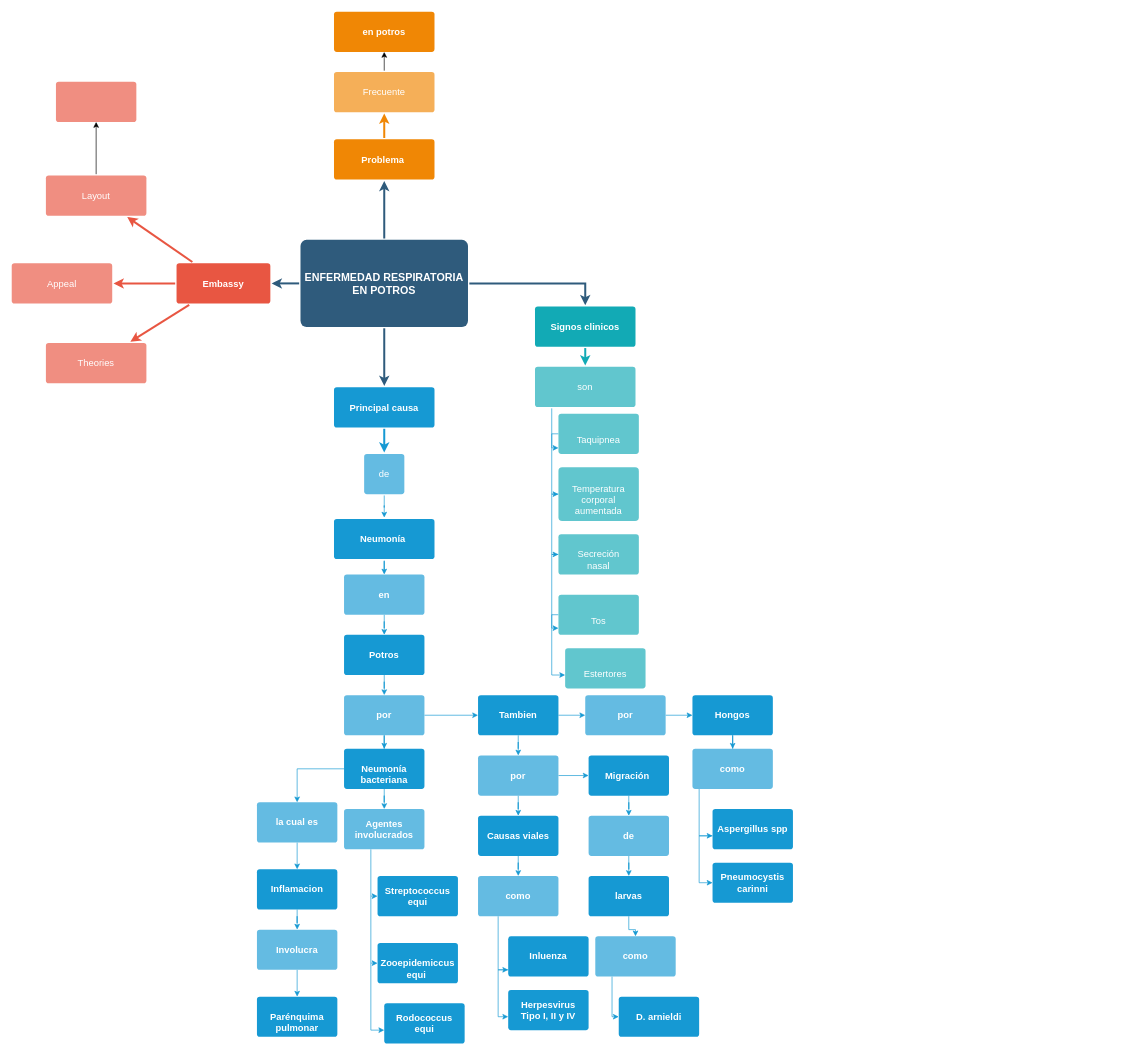
Before: Diagrama sin título.drawio in luisvelez96/luis, a draw.io diagram. Source tidied: cells renumbered, new cells numbered last; positions are measured from the earlier drawing's top-left corner, leaving out a move shared by most shapes. Both pictures are drawn from the tidied source at 67%, with x=0, y=0 at pixel (11, 11).
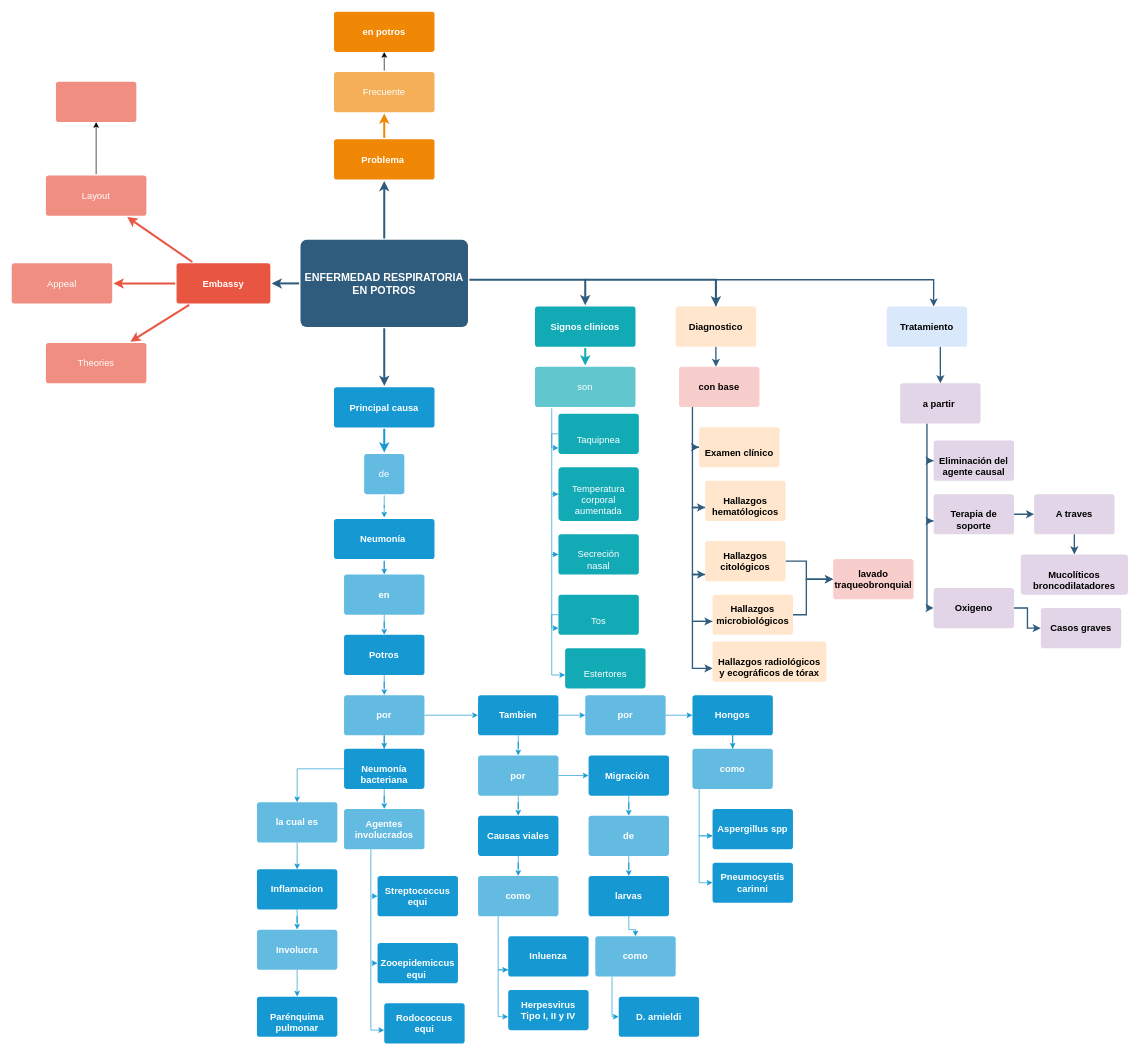
The same page after the edit.

Commit message:
Enfermedad respiratoria del potro

Unchanged cells that the change refers to:
```xml
<mxCell id="6" value="ENFERMEDAD RESPIRATORIA EN POTROS" style="rounded=1;whiteSpace=wrap;html=1;shadow=0;labelBackgroundColor=none;strokeColor=none;strokeWidth=3;fillColor=#2F5B7C;fontFamily=Helvetica;fontSize=16;fontColor=#FFFFFF;align=center;fontStyle=1;spacing=5;arcSize=7;perimeterSpacing=2;" parent="1" vertex="1">
  <mxGeometry x="431" y="340.5" width="250" height="130" as="geometry" />
</mxCell>
<mxCell id="23" value="Signos clinicos" style="rounded=1;whiteSpace=wrap;html=1;shadow=0;labelBackgroundColor=none;strokeColor=none;strokeWidth=3;fillColor=#12aab5;fontFamily=Helvetica;fontSize=14;fontColor=#FFFFFF;align=center;spacing=5;fontStyle=1;arcSize=7;perimeterSpacing=2;" parent="1" vertex="1">
  <mxGeometry x="781" y="440" width="150" height="60" as="geometry" />
</mxCell>
```

The edit, as a diff of the source:
```diff
@@
     <mxCell id="3" style="edgeStyle=orthogonalEdgeStyle;rounded=0;jumpStyle=none;html=1;shadow=0;labelBackgroundColor=none;startArrow=none;startFill=0;endArrow=classic;endFill=1;jettySize=auto;strokeColor=#2F5B7C;strokeWidth=3;fontFamily=Helvetica;fontSize=16;fontColor=#23445D;spacing=5;" parent="1" edge="1" source="6" target="23">
       <mxGeometry relative="1" as="geometry">
         <Array as="points">
-          <mxPoint x="856" y="405" />
+          <mxPoint x="856" y="400" />
         </Array>
       </mxGeometry>
     </mxCell>
@@
+    <mxCell id="95" style="edgeStyle=orthogonalEdgeStyle;rounded=0;jettySize=auto;html=1;strokeColor=#2F5B7C;strokeWidth=3;" parent="1" edge="1" target="98">
+      <mxGeometry relative="1" as="geometry">
+        <mxPoint x="856" y="400" as="sourcePoint" />
+        <Array as="points">
+          <mxPoint x="1051" y="400" />
+        </Array>
+      </mxGeometry>
+    </mxCell>
@@
-    <mxCell id="87" value="&lt;br&gt;Taquipnea" style="whiteSpace=wrap;html=1;rounded=1;shadow=0;fontSize=14;fontColor=#FFFFFF;fontStyle=0;strokeColor=none;strokeWidth=3;fillColor=#61c6ce;spacing=5;arcSize=7;" parent="1" vertex="1">
+    <mxCell id="87" value="&lt;br&gt;Taquipnea" style="whiteSpace=wrap;html=1;rounded=1;shadow=0;fontSize=14;fontColor=#FFFFFF;fontStyle=0;strokeColor=none;strokeWidth=3;spacing=5;arcSize=7;fillColor=#12AAB5;" parent="1" vertex="1">
       <mxGeometry x="816" y="600" width="120" height="60" as="geometry" />
     </mxCell>
@@
-    <mxCell id="89" value="&lt;br&gt;Temperatura corporal aumentada" style="whiteSpace=wrap;html=1;rounded=1;shadow=0;fontSize=14;fontColor=#FFFFFF;fontStyle=0;strokeColor=none;strokeWidth=3;fillColor=#61c6ce;spacing=5;arcSize=7;" parent="1" vertex="1">
+    <mxCell id="89" value="&lt;br&gt;Temperatura corporal aumentada" style="whiteSpace=wrap;html=1;rounded=1;shadow=0;fontSize=14;fontColor=#FFFFFF;fontStyle=0;strokeColor=none;strokeWidth=3;spacing=5;arcSize=7;fillColor=#12AAB5;" parent="1" vertex="1">
       <mxGeometry x="816" y="680" width="120" height="80" as="geometry" />
     </mxCell>
@@
-    <mxCell id="91" value="&lt;br&gt;Secreción&lt;br&gt;nasal" style="whiteSpace=wrap;html=1;rounded=1;shadow=0;fontSize=14;fontColor=#FFFFFF;fontStyle=0;strokeColor=none;strokeWidth=3;fillColor=#61c6ce;spacing=5;arcSize=7;" parent="1" vertex="1">
+    <mxCell id="91" value="&lt;br&gt;Secreción&lt;br&gt;nasal" style="whiteSpace=wrap;html=1;rounded=1;shadow=0;fontSize=14;fontColor=#FFFFFF;fontStyle=0;strokeColor=none;strokeWidth=3;spacing=5;arcSize=7;fillColor=#12AAB5;" parent="1" vertex="1">
       <mxGeometry x="816" y="780" width="120" height="60" as="geometry" />
     </mxCell>
@@
-    <mxCell id="93" value="&lt;br&gt;Tos" style="whiteSpace=wrap;html=1;rounded=1;shadow=0;fontSize=14;fontColor=#FFFFFF;fontStyle=0;strokeColor=none;strokeWidth=3;fillColor=#61c6ce;spacing=5;arcSize=7;" parent="1" vertex="1">
+    <mxCell id="93" value="&lt;br&gt;Tos" style="whiteSpace=wrap;html=1;rounded=1;shadow=0;fontSize=14;fontColor=#FFFFFF;fontStyle=0;strokeColor=none;strokeWidth=3;spacing=5;arcSize=7;fillColor=#12AAB5;" parent="1" vertex="1">
       <mxGeometry x="816" y="870" width="120" height="60" as="geometry" />
     </mxCell>
-    <mxCell id="94" value="&lt;br&gt;Estertores&lt;br&gt;" style="whiteSpace=wrap;html=1;rounded=1;shadow=0;fontSize=14;fontColor=#FFFFFF;fontStyle=0;strokeColor=none;strokeWidth=3;fillColor=#61c6ce;spacing=5;arcSize=7;" parent="1" vertex="1">
+    <mxCell id="94" value="&lt;br&gt;Estertores&lt;br&gt;" style="whiteSpace=wrap;html=1;rounded=1;shadow=0;fontSize=14;fontColor=#FFFFFF;fontStyle=0;strokeColor=none;strokeWidth=3;spacing=5;arcSize=7;fillColor=#12AAB5;" parent="1" vertex="1">
       <mxGeometry x="826" y="950" width="120" height="60" as="geometry" />
     </mxCell>
+    <mxCell id="96" style="edgeStyle=orthogonalEdgeStyle;rounded=0;jettySize=auto;html=1;strokeColor=#2F5B7C;strokeWidth=2;" parent="1" edge="1" source="98" target="100">
+      <mxGeometry relative="1" as="geometry">
+        <Array as="points">
+          <mxPoint x="1016" y="580" />
+        </Array>
+      </mxGeometry>
+    </mxCell>
+    <mxCell id="97" style="edgeStyle=orthogonalEdgeStyle;rounded=0;jettySize=auto;html=1;strokeColor=#2F5B7C;strokeWidth=2;" parent="1" edge="1" source="98" target="114">
+      <mxGeometry relative="1" as="geometry">
+        <Array as="points">
+          <mxPoint x="1051" y="400" />
+          <mxPoint x="1376" y="400" />
+        </Array>
+      </mxGeometry>
+    </mxCell>
+    <mxCell id="98" value="Diagnostico" style="whiteSpace=wrap;html=1;rounded=1;shadow=0;fontSize=14;fontStyle=1;strokeWidth=3;fillColor=#ffe6cc;spacing=5;arcSize=7;strokeColor=#00000;" parent="1" vertex="1">
+      <mxGeometry x="991" y="440" width="120" height="60" as="geometry" />
+    </mxCell>
+    <mxCell id="99" style="edgeStyle=orthogonalEdgeStyle;rounded=0;jettySize=auto;html=1;strokeColor=#2F5B7C;strokeWidth=2;" parent="1" edge="1" source="100" target="102">
+      <mxGeometry relative="1" as="geometry">
+        <Array as="points">
+          <mxPoint x="1016" y="650" />
+        </Array>
+      </mxGeometry>
+    </mxCell>
+    <mxCell id="100" value="con base" style="whiteSpace=wrap;html=1;rounded=1;shadow=0;fontSize=14;fontStyle=1;strokeWidth=3;fillColor=#f8cecc;spacing=5;arcSize=7;strokeColor=#00000;" parent="1" vertex="1">
+      <mxGeometry x="996" y="530" width="120" height="60" as="geometry" />
+    </mxCell>
+    <mxCell id="101" style="edgeStyle=orthogonalEdgeStyle;rounded=0;jettySize=auto;html=1;strokeColor=#2F5B7C;strokeWidth=2;" parent="1" edge="1" source="102" target="104">
+      <mxGeometry relative="1" as="geometry">
+        <Array as="points">
+          <mxPoint x="1016" y="650" />
+          <mxPoint x="1016" y="740" />
+        </Array>
+      </mxGeometry>
+    </mxCell>
+    <mxCell id="102" value="&lt;br&gt;Examen clínico&lt;br&gt;" style="whiteSpace=wrap;html=1;rounded=1;shadow=0;fontSize=14;fontStyle=1;strokeColor=#00000;strokeWidth=3;spacing=5;arcSize=7;fillColor=#FFE6CC;" parent="1" vertex="1">
+      <mxGeometry x="1026" y="620" width="120" height="60" as="geometry" />
+    </mxCell>
+    <mxCell id="103" style="edgeStyle=orthogonalEdgeStyle;rounded=0;jettySize=auto;html=1;strokeColor=#2F5B7C;strokeWidth=2;" parent="1" edge="1" source="104" target="107">
+      <mxGeometry relative="1" as="geometry">
+        <Array as="points">
+          <mxPoint x="1016" y="740" />
+          <mxPoint x="1016" y="840" />
+        </Array>
+      </mxGeometry>
+    </mxCell>
+    <mxCell id="104" value="&lt;br&gt;Hallazgos hematólogicos&lt;br&gt;" style="whiteSpace=wrap;html=1;rounded=1;shadow=0;fontSize=14;fontStyle=1;strokeColor=#00000;strokeWidth=3;spacing=5;arcSize=7;fillColor=#FFE6CC;" parent="1" vertex="1">
+      <mxGeometry x="1035" y="700" width="120" height="60" as="geometry" />
+    </mxCell>
+    <mxCell id="105" style="edgeStyle=orthogonalEdgeStyle;rounded=0;jettySize=auto;html=1;strokeColor=#2F5B7C;strokeWidth=2;" parent="1" edge="1" source="107" target="110">
+      <mxGeometry relative="1" as="geometry">
+        <Array as="points">
+          <mxPoint x="1016" y="840" />
+          <mxPoint x="1016" y="910" />
+        </Array>
+      </mxGeometry>
+    </mxCell>
+    <mxCell id="106" style="edgeStyle=orthogonalEdgeStyle;rounded=0;jettySize=auto;html=1;strokeColor=#2F5B7C;strokeWidth=2;" parent="1" edge="1" source="107" target="111">
+      <mxGeometry relative="1" as="geometry">
+        <Array as="points">
+          <mxPoint x="1186" y="820" />
+          <mxPoint x="1186" y="847" />
+        </Array>
+      </mxGeometry>
+    </mxCell>
+    <mxCell id="107" value="Hallazgos citológicos" style="whiteSpace=wrap;html=1;rounded=1;shadow=0;fontSize=14;fontStyle=1;strokeColor=#00000;strokeWidth=3;spacing=5;arcSize=7;fillColor=#FFE6CC;" parent="1" vertex="1">
+      <mxGeometry x="1035" y="790" width="120" height="60" as="geometry" />
+    </mxCell>
+    <mxCell id="108" style="edgeStyle=orthogonalEdgeStyle;rounded=0;jettySize=auto;html=1;strokeColor=#2F5B7C;strokeWidth=2;entryX=0;entryY=0.5;entryDx=0;entryDy=0;" parent="1" edge="1" source="110" target="111">
+      <mxGeometry relative="1" as="geometry">
+        <Array as="points">
+          <mxPoint x="1186" y="900" />
+          <mxPoint x="1186" y="847" />
+        </Array>
+      </mxGeometry>
+    </mxCell>
+    <mxCell id="109" style="edgeStyle=orthogonalEdgeStyle;rounded=0;jettySize=auto;html=1;strokeColor=#2F5B7C;strokeWidth=2;" parent="1" edge="1" source="110" target="112">
+      <mxGeometry relative="1" as="geometry">
+        <Array as="points">
+          <mxPoint x="1016" y="910" />
+          <mxPoint x="1016" y="980" />
+        </Array>
+      </mxGeometry>
+    </mxCell>
+    <mxCell id="110" value="Hallazgos microbiológicos" style="whiteSpace=wrap;html=1;rounded=1;shadow=0;fontSize=14;fontStyle=1;strokeColor=#00000;strokeWidth=3;spacing=5;arcSize=7;fillColor=#FFE6CC;" parent="1" vertex="1">
+      <mxGeometry x="1046" y="870" width="120" height="60" as="geometry" />
+    </mxCell>
+    <mxCell id="111" value="&#10;&#10;lavado traqueobronquial&#10;&#10;" style="whiteSpace=wrap;html=1;rounded=1;shadow=0;fontSize=14;fontStyle=1;strokeColor=#00000;strokeWidth=3;fillColor=#f8cecc;spacing=5;arcSize=7;" parent="1" vertex="1">
+      <mxGeometry x="1226" y="817" width="120" height="60" as="geometry" />
+    </mxCell>
+    <mxCell id="112" value="&lt;br&gt;Hallazgos radiológicos y ecográficos de tórax" style="whiteSpace=wrap;html=1;rounded=1;shadow=0;fontSize=14;fontStyle=1;strokeColor=#00000;strokeWidth=3;spacing=5;arcSize=7;fillColor=#FFE6CC;" parent="1" vertex="1">
+      <mxGeometry x="1046" y="940" width="170" height="60" as="geometry" />
+    </mxCell>
+    <mxCell id="113" style="edgeStyle=orthogonalEdgeStyle;rounded=0;jettySize=auto;html=1;strokeColor=#2F5B7C;strokeWidth=2;" parent="1" edge="1" source="114" target="116">
+      <mxGeometry relative="1" as="geometry">
+        <Array as="points">
+          <mxPoint x="1386" y="540" />
+          <mxPoint x="1386" y="540" />
+        </Array>
+      </mxGeometry>
+    </mxCell>
+    <mxCell id="114" value="Tratamiento" style="whiteSpace=wrap;html=1;rounded=1;shadow=0;fontSize=14;fontStyle=1;strokeWidth=3;fillColor=#dae8fc;spacing=5;arcSize=7;strokeColor=#00000;" parent="1" vertex="1">
+      <mxGeometry x="1306" y="440" width="120" height="60" as="geometry" />
+    </mxCell>
+    <mxCell id="115" style="edgeStyle=orthogonalEdgeStyle;rounded=0;jettySize=auto;html=1;strokeColor=#2F5B7C;strokeWidth=2;" parent="1" edge="1" source="116" target="118">
+      <mxGeometry relative="1" as="geometry">
+        <Array as="points">
+          <mxPoint x="1366" y="670" />
+        </Array>
+      </mxGeometry>
+    </mxCell>
+    <mxCell id="116" value="a partir&amp;nbsp;" style="whiteSpace=wrap;html=1;rounded=1;shadow=0;fontSize=14;fontStyle=1;strokeWidth=3;fillColor=#e1d5e7;spacing=5;arcSize=7;strokeColor=#00000;" parent="1" vertex="1">
+      <mxGeometry x="1326" y="554.5" width="120" height="60" as="geometry" />
+    </mxCell>
+    <mxCell id="117" style="edgeStyle=orthogonalEdgeStyle;rounded=0;jettySize=auto;html=1;strokeColor=#2F5B7C;strokeWidth=2;" parent="1" edge="1" source="118" target="121">
+      <mxGeometry relative="1" as="geometry">
+        <Array as="points">
+          <mxPoint x="1366" y="670" />
+          <mxPoint x="1366" y="760" />
+        </Array>
+      </mxGeometry>
+    </mxCell>
+    <mxCell id="118" value="&lt;br&gt;Eliminación del agente causal" style="whiteSpace=wrap;html=1;rounded=1;shadow=0;fontSize=14;fontStyle=1;strokeColor=#00000;strokeWidth=3;fillColor=#e1d5e7;spacing=5;arcSize=7;" parent="1" vertex="1">
+      <mxGeometry x="1376" y="640" width="120" height="60" as="geometry" />
+    </mxCell>
+    <mxCell id="119" style="edgeStyle=orthogonalEdgeStyle;rounded=0;jettySize=auto;html=1;strokeColor=#2F5B7C;strokeWidth=2;" parent="1" edge="1" source="121" target="123">
+      <mxGeometry relative="1" as="geometry" />
+    </mxCell>
+    <mxCell id="120" style="edgeStyle=orthogonalEdgeStyle;rounded=0;jettySize=auto;html=1;strokeColor=#2F5B7C;strokeWidth=2;" parent="1" edge="1" source="121" target="126">
+      <mxGeometry relative="1" as="geometry">
+        <Array as="points">
+          <mxPoint x="1366" y="760" />
+          <mxPoint x="1366" y="890" />
+        </Array>
+      </mxGeometry>
+    </mxCell>
+    <mxCell id="121" value="&lt;br&gt;Terapia de&lt;br&gt;soporte &lt;br&gt;" style="whiteSpace=wrap;html=1;rounded=1;shadow=0;fontSize=14;fontStyle=1;strokeColor=#00000;strokeWidth=3;fillColor=#e1d5e7;spacing=5;arcSize=7;" parent="1" vertex="1">
+      <mxGeometry x="1376" y="720" width="120" height="60" as="geometry" />
+    </mxCell>
+    <mxCell id="122" style="edgeStyle=orthogonalEdgeStyle;rounded=0;jettySize=auto;html=1;strokeColor=#2F5B7C;strokeWidth=2;" parent="1" edge="1" source="123" target="124">
+      <mxGeometry relative="1" as="geometry" />
+    </mxCell>
+    <mxCell id="123" value="A traves" style="whiteSpace=wrap;html=1;rounded=1;shadow=0;fontSize=14;fontStyle=1;strokeColor=#00000;strokeWidth=3;fillColor=#e1d5e7;spacing=5;arcSize=7;" parent="1" vertex="1">
+      <mxGeometry x="1526" y="720" width="120" height="60" as="geometry" />
+    </mxCell>
+    <mxCell id="124" value="&lt;br&gt;Mucolíticos broncodilatadores" style="whiteSpace=wrap;html=1;rounded=1;shadow=0;fontSize=14;fontStyle=1;strokeColor=#00000;strokeWidth=3;fillColor=#e1d5e7;spacing=5;arcSize=7;" parent="1" vertex="1">
+      <mxGeometry x="1506" y="810" width="160" height="60" as="geometry" />
+    </mxCell>
+    <mxCell id="125" style="edgeStyle=orthogonalEdgeStyle;rounded=0;jettySize=auto;html=1;strokeColor=#2F5B7C;strokeWidth=2;" parent="1" edge="1" source="126" target="127">
+      <mxGeometry relative="1" as="geometry" />
+    </mxCell>
+    <mxCell id="126" value="Oxigeno" style="whiteSpace=wrap;html=1;rounded=1;shadow=0;fontSize=14;fontStyle=1;strokeColor=#00000;strokeWidth=3;fillColor=#e1d5e7;spacing=5;arcSize=7;" parent="1" vertex="1">
+      <mxGeometry x="1376" y="860" width="120" height="60" as="geometry" />
+    </mxCell>
+    <mxCell id="127" value="Casos graves" style="whiteSpace=wrap;html=1;rounded=1;shadow=0;fontSize=14;fontStyle=1;strokeColor=#00000;strokeWidth=3;fillColor=#e1d5e7;spacing=5;arcSize=7;" parent="1" vertex="1">
+      <mxGeometry x="1536" y="890" width="120" height="60" as="geometry" />
+    </mxCell>
```
